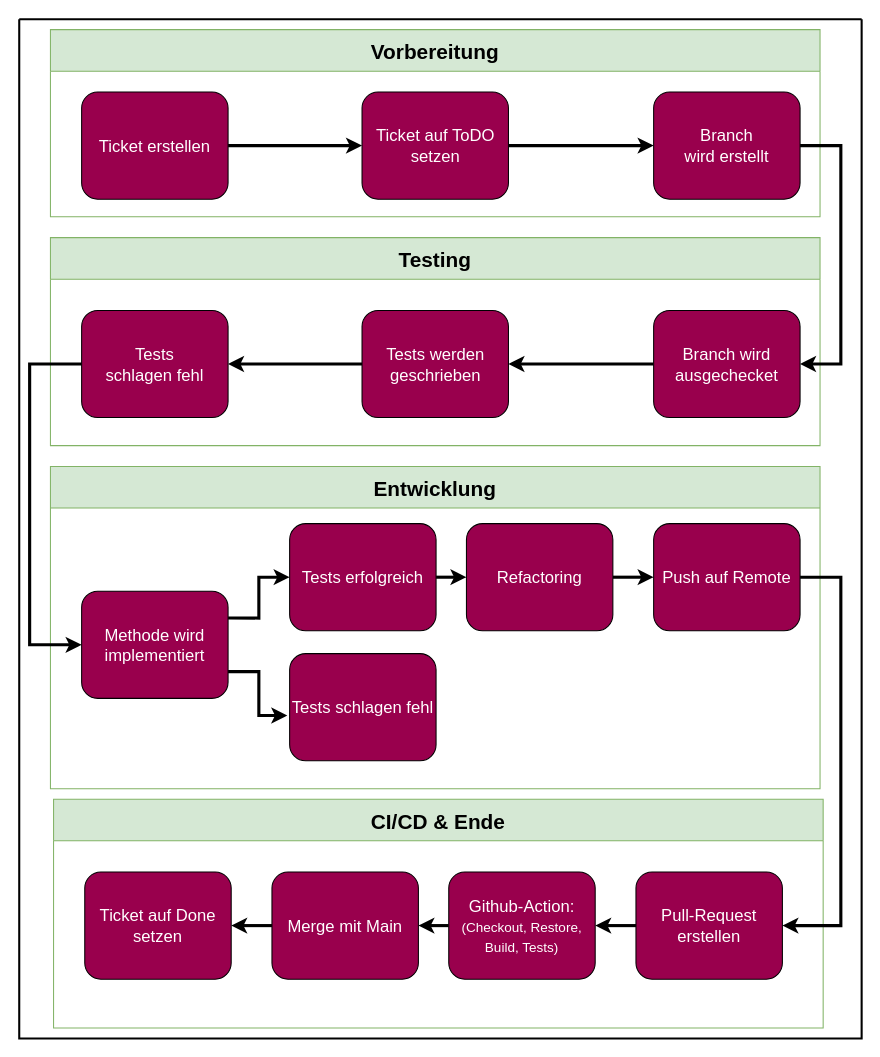
Before: page "Ablauf" (2 of 2) of Parlivote.Shared/Documentation/Untitled Diagram.drawio in schnickalodeon/Parlivote, a draw.io diagram. Source tidied: cells renumbered, new cells numbered last; positions are measured from the earlier drawing's top-left corner, leaving out a move shared by most shapes. Both pictures are drawn from the tidied source at 104%, with x=0, y=0 at pixel (19, 19).
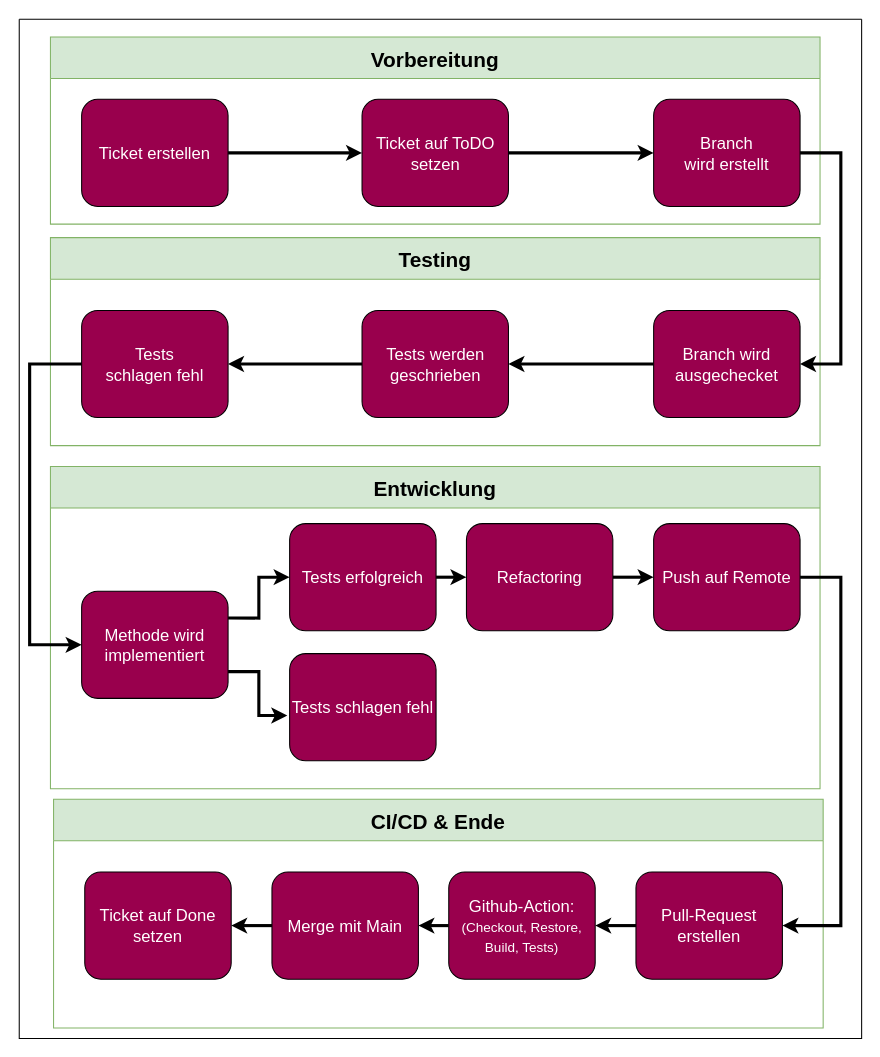
The same page after the edit.

The change refers to these unchanged cells:
```xml
<mxCell id="7" value="Branch &lt;br&gt;wird erstellt" style="whiteSpace=wrap;html=1;fontSize=16;fillColor=#99004D;rounded=1;fontColor=#FFFFFF;" parent="2" vertex="1">
  <mxGeometry x="580" y="60" width="140.8" height="103" as="geometry" />
</mxCell>
<mxCell id="10" value="Branch wird ausgechecket" style="whiteSpace=wrap;html=1;fontSize=16;fillColor=#99004D;rounded=1;fontColor=#FFFFFF;" parent="8" vertex="1">
  <mxGeometry x="580" y="70" width="140.8" height="103" as="geometry" />
</mxCell>
```

Diff of the diagram source:
```diff
@@
     <mxCell id="2" value="Vorbereitung" style="swimlane;startSize=40;fontSize=20;strokeColor=#82b366;fillColor=#d5e8d4;" parent="1" vertex="1">
-      <mxGeometry x="30" y="10" width="740" height="180" as="geometry" />
+      <mxGeometry x="30" y="17" width="740" height="180" as="geometry" />
     </mxCell>
@@
-    <mxCell id="32" style="edgeStyle=orthogonalEdgeStyle;rounded=0;jettySize=auto;html=1;exitX=1;exitY=0.5;exitDx=0;exitDy=0;entryX=1;entryY=0.5;entryDx=0;entryDy=0;fontSize=13;fontColor=#FFFFFF;strokeColor=#000000;strokeWidth=3;" parent="1" edge="1" source="7" target="10">
-      <mxGeometry relative="1" as="geometry">
-        <Array as="points">
-          <mxPoint x="790" y="122" />
-          <mxPoint x="790" y="332" />
-        </Array>
-      </mxGeometry>
-    </mxCell>
@@
-    <mxCell id="35" style="swimlane;startSize=0;fontSize=13;fontColor=#FFFFFF;strokeColor=#000000;fillColor=#99004D;strokeWidth=2;" parent="1" vertex="1">
+    <mxCell id="35" style="swimlane;startSize=0;fontSize=13;fontColor=#FFFFFF;strokeColor=#000000;fillColor=#99004D;strokeWidth=1;" parent="1" vertex="1">
       <mxGeometry width="810" height="980" as="geometry" />
     </mxCell>
+    <mxCell id="32" style="edgeStyle=orthogonalEdgeStyle;rounded=0;jettySize=auto;html=1;exitX=1;exitY=0.5;exitDx=0;exitDy=0;entryX=1;entryY=0.5;entryDx=0;entryDy=0;fontSize=13;fontColor=#FFFFFF;strokeColor=#000000;strokeWidth=3;" parent="1" edge="1" source="7" target="10">
+      <mxGeometry relative="1" as="geometry">
+        <Array as="points">
+          <mxPoint x="790" y="129" />
+          <mxPoint x="790" y="332" />
+        </Array>
+      </mxGeometry>
+    </mxCell>
```
